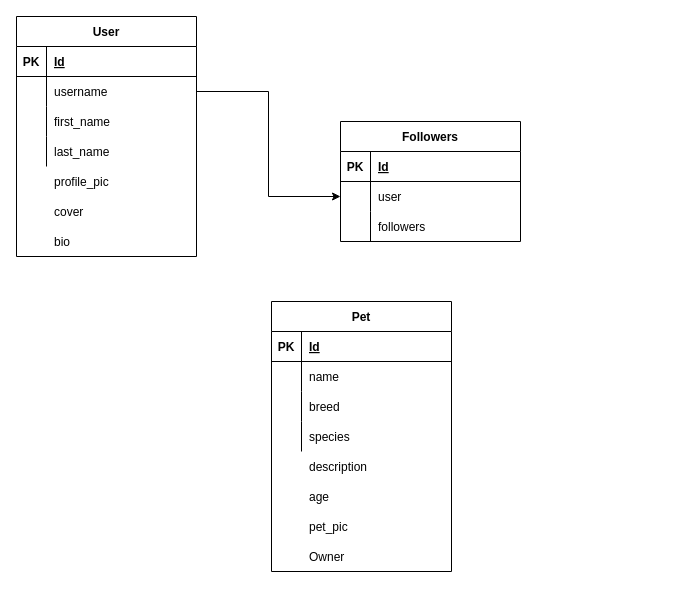
Before: Untitled Diagram.drawio in Eduardo6446/adopt_a_pet, a draw.io diagram. Source tidied: cells renumbered, new cells numbered last; positions are measured from the earlier drawing's top-left corner, leaving out a move shared by most shapes. Both pictures are drawn from the tidied source at 100%, with x=0, y=0 at pixel (16, 16).
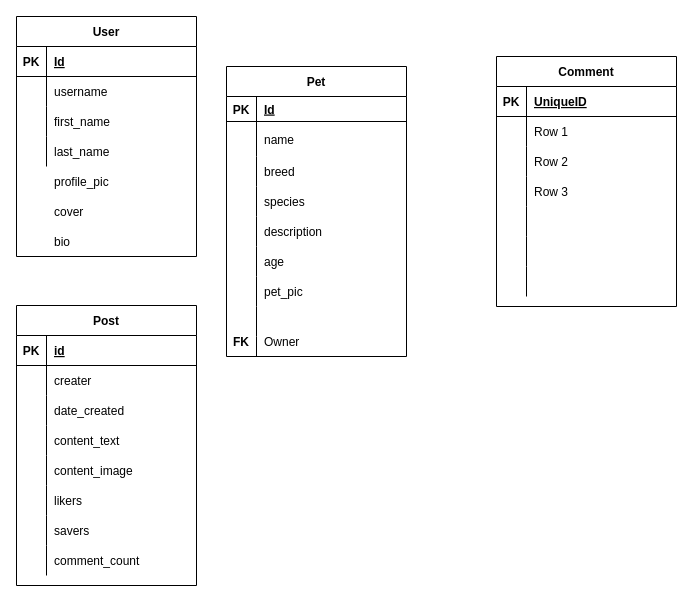
Above is the later version.

Unchanged cells that the change refers to:
```xml
<mxCell id="7" style="shape=tableRow;horizontal=0;startSize=0;swimlaneHead=0;swimlaneBody=0;fillColor=none;points=[[0,0.5],[1,0.5]];portConstraint=eastwest;top=0;left=0;right=0;bottom=0;" parent="3" vertex="1">
  <mxGeometry y="60" width="180" height="30" as="geometry" />
</mxCell>
```

The edit, as a diff of the source:
```diff
@@
     <mxCell id="2" style="shape=tableRow;horizontal=0;startSize=0;swimlaneHead=0;swimlaneBody=0;top=0;left=0;bottom=0;right=0;fillColor=none;" parent="1" vertex="1">
-      <mxGeometry x="230" y="265" width="180" height="30" as="geometry" />
+      <mxGeometry x="330" y="30" width="180" height="30" as="geometry" />
     </mxCell>
@@
-    <mxCell id="19" value="Followers" style="shape=table;startSize=30;childLayout=tableLayout;rowLines=0;fontStyle=1;align=center;" parent="1" vertex="1">
-      <mxGeometry x="324" y="105" width="180" height="120" as="geometry" />
-    </mxCell>
-    <mxCell id="20" style="shape=tableRow;horizontal=0;startSize=0;swimlaneHead=0;swimlaneBody=0;fillColor=none;top=0;left=0;right=0;bottom=1;" parent="19" vertex="1">
-      <mxGeometry y="30" width="180" height="30" as="geometry" />
-    </mxCell>
-    <mxCell id="21" value="PK" style="shape=partialRectangle;fillColor=none;top=0;left=0;bottom=0;right=0;fontStyle=1;overflow=hidden;" parent="20" vertex="1">
-      <mxGeometry width="30" height="30" as="geometry" />
-    </mxCell>
-    <mxCell id="22" value="Id" style="shape=partialRectangle;fillColor=none;top=0;left=0;bottom=0;right=0;align=left;spacingLeft=6;fontStyle=5;overflow=hidden;" parent="20" vertex="1">
-      <mxGeometry x="30" width="150" height="30" as="geometry" />
-    </mxCell>
-    <mxCell id="23" style="shape=tableRow;horizontal=0;startSize=0;swimlaneHead=0;swimlaneBody=0;fillColor=none;points=[[0,0.5],[1,0.5]];portConstraint=eastwest;top=0;left=0;right=0;bottom=0;" parent="19" vertex="1">
-      <mxGeometry y="60" width="180" height="30" as="geometry" />
-    </mxCell>
-    <mxCell id="24" style="shape=partialRectangle;fillColor=none;top=0;left=0;bottom=0;right=0;overflow=hidden;" parent="23" vertex="1">
-      <mxGeometry width="30" height="30" as="geometry" />
-    </mxCell>
-    <mxCell id="25" value="user" style="shape=partialRectangle;fillColor=none;top=0;left=0;bottom=0;right=0;align=left;spacingLeft=6;overflow=hidden;" parent="23" vertex="1">
-      <mxGeometry x="30" width="150" height="30" as="geometry" />
-    </mxCell>
-    <mxCell id="26" style="shape=tableRow;horizontal=0;startSize=0;swimlaneHead=0;swimlaneBody=0;fillColor=none;top=0;left=0;right=0;bottom=0;" parent="19" vertex="1">
-      <mxGeometry y="90" width="180" height="30" as="geometry" />
-    </mxCell>
-    <mxCell id="27" style="shape=partialRectangle;fillColor=none;top=0;left=0;bottom=0;right=0;overflow=hidden;" parent="26" vertex="1">
-      <mxGeometry width="30" height="30" as="geometry" />
-    </mxCell>
-    <mxCell id="28" value="followers" style="shape=partialRectangle;fillColor=none;top=0;left=0;bottom=0;right=0;align=left;spacingLeft=6;overflow=hidden;" parent="26" vertex="1">
-      <mxGeometry x="30" width="150" height="30" as="geometry" />
-    </mxCell>
-    <mxCell id="29" style="edgeStyle=orthogonalEdgeStyle;rounded=0;jettySize=auto;html=1;exitX=1;exitY=0.5;exitDx=0;exitDy=0;" parent="1" edge="1" source="7" target="23">
-      <mxGeometry relative="1" as="geometry" />
-    </mxCell>
     <mxCell id="30" value="Pet" style="shape=table;startSize=30;childLayout=tableLayout;rowLines=0;fontStyle=1;align=center;" parent="1" vertex="1">
-      <mxGeometry x="255" y="285" width="180" height="270" as="geometry" />
+      <mxGeometry x="210" y="50" width="180" height="290" as="geometry" />
     </mxCell>
     <mxCell id="31" style="shape=tableRow;horizontal=0;startSize=0;swimlaneHead=0;swimlaneBody=0;fillColor=none;top=0;left=0;right=0;bottom=1;" parent="30" vertex="1">
-      <mxGeometry y="30" width="180" height="30" as="geometry" />
+      <mxGeometry y="30" width="180" height="25" as="geometry" />
     </mxCell>
     <mxCell id="32" value="PK" style="shape=partialRectangle;fillColor=none;top=0;left=0;bottom=0;right=0;fontStyle=1;overflow=hidden;" parent="31" vertex="1">
-      <mxGeometry width="30" height="30" as="geometry" />
+      <mxGeometry width="30" height="25" as="geometry" />
     </mxCell>
     <mxCell id="33" value="Id" style="shape=partialRectangle;fillColor=none;top=0;left=0;bottom=0;right=0;align=left;spacingLeft=6;fontStyle=5;overflow=hidden;" parent="31" vertex="1">
-      <mxGeometry x="30" width="150" height="30" as="geometry" />
+      <mxGeometry x="30" width="150" height="25" as="geometry" />
     </mxCell>
     <mxCell id="34" style="shape=tableRow;horizontal=0;startSize=0;swimlaneHead=0;swimlaneBody=0;fillColor=none;top=0;left=0;right=0;bottom=0;" parent="30" vertex="1">
-      <mxGeometry y="60" width="180" height="30" as="geometry" />
+      <mxGeometry y="55" width="180" height="35" as="geometry" />
     </mxCell>
     <mxCell id="35" style="shape=partialRectangle;fillColor=none;top=0;left=0;bottom=0;right=0;overflow=hidden;" parent="34" vertex="1">
-      <mxGeometry width="30" height="30" as="geometry" />
+      <mxGeometry width="30" height="35" as="geometry" />
     </mxCell>
     <mxCell id="36" value="name" style="shape=partialRectangle;fillColor=none;top=0;left=0;bottom=0;right=0;align=left;spacingLeft=6;overflow=hidden;" parent="34" vertex="1">
-      <mxGeometry x="30" width="150" height="30" as="geometry" />
+      <mxGeometry x="30" width="150" height="35" as="geometry" />
     </mxCell>
@@
+    <mxCell id="49" style="shape=tableRow;horizontal=0;startSize=0;swimlaneHead=0;swimlaneBody=0;fillColor=none;top=0;left=0;right=0;bottom=0;" parent="30" vertex="1">
+      <mxGeometry y="150" width="180" height="30" as="geometry" />
+    </mxCell>
+    <mxCell id="50" style="shape=partialRectangle;fillColor=none;top=0;left=0;bottom=0;right=0;overflow=hidden;" parent="49" vertex="1">
+      <mxGeometry width="30" height="30" as="geometry" />
+    </mxCell>
+    <mxCell id="51" style="shape=partialRectangle;fillColor=none;top=0;left=0;bottom=0;right=0;align=left;spacingLeft=6;overflow=hidden;" parent="49" vertex="1">
+      <mxGeometry x="30" width="150" height="30" as="geometry" />
+    </mxCell>
+    <mxCell id="52" style="shape=tableRow;horizontal=0;startSize=0;swimlaneHead=0;swimlaneBody=0;fillColor=none;top=0;left=0;right=0;bottom=0;" parent="30" vertex="1">
+      <mxGeometry y="180" width="180" height="30" as="geometry" />
+    </mxCell>
+    <mxCell id="53" style="shape=partialRectangle;fillColor=none;top=0;left=0;bottom=0;right=0;overflow=hidden;" parent="52" vertex="1">
+      <mxGeometry width="30" height="30" as="geometry" />
+    </mxCell>
+    <mxCell id="54" style="shape=partialRectangle;fillColor=none;top=0;left=0;bottom=0;right=0;align=left;spacingLeft=6;overflow=hidden;" parent="52" vertex="1">
+      <mxGeometry x="30" width="150" height="30" as="geometry" />
+    </mxCell>
+    <mxCell id="55" style="shape=tableRow;horizontal=0;startSize=0;swimlaneHead=0;swimlaneBody=0;fillColor=none;top=0;left=0;right=0;bottom=0;" parent="30" vertex="1">
+      <mxGeometry y="210" width="180" height="30" as="geometry" />
+    </mxCell>
+    <mxCell id="56" style="shape=partialRectangle;fillColor=none;top=0;left=0;bottom=0;right=0;overflow=hidden;" parent="55" vertex="1">
+      <mxGeometry width="30" height="30" as="geometry" />
+    </mxCell>
+    <mxCell id="57" style="shape=partialRectangle;fillColor=none;top=0;left=0;bottom=0;right=0;align=left;spacingLeft=6;overflow=hidden;" parent="55" vertex="1">
+      <mxGeometry x="30" width="150" height="30" as="geometry" />
+    </mxCell>
+    <mxCell id="58" style="shape=tableRow;horizontal=0;startSize=0;swimlaneHead=0;swimlaneBody=0;fillColor=none;top=0;left=0;right=0;bottom=0;" parent="30" vertex="1">
+      <mxGeometry y="240" width="180" height="30" as="geometry" />
+    </mxCell>
+    <mxCell id="59" style="shape=partialRectangle;fillColor=none;top=0;left=0;bottom=0;right=0;overflow=hidden;" parent="58" vertex="1">
+      <mxGeometry width="30" height="30" as="geometry" />
+    </mxCell>
+    <mxCell id="60" style="shape=partialRectangle;fillColor=none;top=0;left=0;bottom=0;right=0;align=left;spacingLeft=6;overflow=hidden;" parent="58" vertex="1">
+      <mxGeometry x="30" width="150" height="30" as="geometry" />
+    </mxCell>
+    <mxCell id="61" style="shape=tableRow;horizontal=0;startSize=0;swimlaneHead=0;swimlaneBody=0;fillColor=none;top=0;left=0;right=0;bottom=0;" parent="30" vertex="1">
+      <mxGeometry y="270" width="180" height="20" as="geometry" />
+    </mxCell>
+    <mxCell id="62" style="shape=partialRectangle;fillColor=none;top=0;left=0;bottom=0;right=0;overflow=hidden;" parent="61" vertex="1">
+      <mxGeometry width="30" height="20" as="geometry" />
+    </mxCell>
+    <mxCell id="63" style="shape=partialRectangle;fillColor=none;top=0;left=0;bottom=0;right=0;align=left;spacingLeft=6;overflow=hidden;" parent="61" vertex="1">
+      <mxGeometry x="30" width="150" height="20" as="geometry" />
+    </mxCell>
     <mxCell id="43" style="shape=tableRow;horizontal=0;startSize=0;swimlaneHead=0;swimlaneBody=0;fillColor=none;top=0;left=0;right=0;bottom=0;" parent="1" vertex="1">
-      <mxGeometry x="255" y="435" width="180" height="30" as="geometry" />
+      <mxGeometry x="210" y="200" width="180" height="30" as="geometry" />
     </mxCell>
@@
     <mxCell id="46" value="age" style="shape=partialRectangle;fillColor=none;top=0;left=0;bottom=0;right=0;align=left;spacingLeft=6;overflow=hidden;" parent="1" vertex="1">
-      <mxGeometry x="285" y="465" width="150" height="30" as="geometry" />
+      <mxGeometry x="240" y="230" width="150" height="30" as="geometry" />
     </mxCell>
     <mxCell id="47" value="pet_pic" style="shape=partialRectangle;fillColor=none;top=0;left=0;bottom=0;right=0;align=left;spacingLeft=6;overflow=hidden;" parent="1" vertex="1">
-      <mxGeometry x="285" y="495" width="150" height="30" as="geometry" />
+      <mxGeometry x="240" y="260" width="150" height="30" as="geometry" />
     </mxCell>
     <mxCell id="48" value="Owner" style="shape=partialRectangle;fillColor=none;top=0;left=0;bottom=0;right=0;align=left;spacingLeft=6;overflow=hidden;" parent="1" vertex="1">
-      <mxGeometry x="285" y="525" width="150" height="30" as="geometry" />
+      <mxGeometry x="240" y="310" width="150" height="30" as="geometry" />
     </mxCell>
+    <mxCell id="64" value="FK" style="shape=partialRectangle;fillColor=none;top=0;left=0;bottom=0;right=0;fontStyle=1;overflow=hidden;" parent="1" vertex="1">
+      <mxGeometry x="210" y="310" width="30" height="30" as="geometry" />
+    </mxCell>
+    <mxCell id="65" value="Post" style="shape=table;startSize=30;childLayout=tableLayout;rowLines=0;fontStyle=1;align=center;" parent="1" vertex="1">
+      <mxGeometry y="289" width="180" height="280" as="geometry" />
+    </mxCell>
+    <mxCell id="66" style="shape=tableRow;horizontal=0;startSize=0;swimlaneHead=0;swimlaneBody=0;fillColor=none;top=0;left=0;right=0;bottom=1;" parent="65" vertex="1">
+      <mxGeometry y="30" width="180" height="30" as="geometry" />
+    </mxCell>
+    <mxCell id="67" value="PK" style="shape=partialRectangle;fillColor=none;top=0;left=0;bottom=0;right=0;fontStyle=1;overflow=hidden;" parent="66" vertex="1">
+      <mxGeometry width="30" height="30" as="geometry" />
+    </mxCell>
+    <mxCell id="68" value="id" style="shape=partialRectangle;fillColor=none;top=0;left=0;bottom=0;right=0;align=left;spacingLeft=6;fontStyle=5;overflow=hidden;" parent="66" vertex="1">
+      <mxGeometry x="30" width="150" height="30" as="geometry" />
+    </mxCell>
+    <mxCell id="69" style="shape=tableRow;horizontal=0;startSize=0;swimlaneHead=0;swimlaneBody=0;fillColor=none;top=0;left=0;right=0;bottom=0;" parent="65" vertex="1">
+      <mxGeometry y="60" width="180" height="30" as="geometry" />
+    </mxCell>
+    <mxCell id="70" style="shape=partialRectangle;fillColor=none;top=0;left=0;bottom=0;right=0;overflow=hidden;" parent="69" vertex="1">
+      <mxGeometry width="30" height="30" as="geometry" />
+    </mxCell>
+    <mxCell id="71" value="creater" style="shape=partialRectangle;fillColor=none;top=0;left=0;bottom=0;right=0;align=left;spacingLeft=6;overflow=hidden;" parent="69" vertex="1">
+      <mxGeometry x="30" width="150" height="30" as="geometry" />
+    </mxCell>
+    <mxCell id="72" style="shape=tableRow;horizontal=0;startSize=0;swimlaneHead=0;swimlaneBody=0;fillColor=none;top=0;left=0;right=0;bottom=0;" parent="65" vertex="1">
+      <mxGeometry y="90" width="180" height="30" as="geometry" />
+    </mxCell>
+    <mxCell id="73" style="shape=partialRectangle;fillColor=none;top=0;left=0;bottom=0;right=0;overflow=hidden;" parent="72" vertex="1">
+      <mxGeometry width="30" height="30" as="geometry" />
+    </mxCell>
+    <mxCell id="74" value="date_created" style="shape=partialRectangle;fillColor=none;top=0;left=0;bottom=0;right=0;align=left;spacingLeft=6;overflow=hidden;" parent="72" vertex="1">
+      <mxGeometry x="30" width="150" height="30" as="geometry" />
+    </mxCell>
+    <mxCell id="75" style="shape=tableRow;horizontal=0;startSize=0;swimlaneHead=0;swimlaneBody=0;fillColor=none;top=0;left=0;right=0;bottom=0;" parent="65" vertex="1">
+      <mxGeometry y="120" width="180" height="30" as="geometry" />
+    </mxCell>
+    <mxCell id="76" style="shape=partialRectangle;fillColor=none;top=0;left=0;bottom=0;right=0;overflow=hidden;" parent="75" vertex="1">
+      <mxGeometry width="30" height="30" as="geometry" />
+    </mxCell>
+    <mxCell id="77" value="content_text" style="shape=partialRectangle;fillColor=none;top=0;left=0;bottom=0;right=0;align=left;spacingLeft=6;overflow=hidden;" parent="75" vertex="1">
+      <mxGeometry x="30" width="150" height="30" as="geometry" />
+    </mxCell>
+    <mxCell id="78" style="shape=tableRow;horizontal=0;startSize=0;swimlaneHead=0;swimlaneBody=0;fillColor=none;top=0;left=0;right=0;bottom=0;" parent="65" vertex="1">
+      <mxGeometry y="150" width="180" height="30" as="geometry" />
+    </mxCell>
+    <mxCell id="79" style="shape=partialRectangle;fillColor=none;top=0;left=0;bottom=0;right=0;overflow=hidden;" parent="78" vertex="1">
+      <mxGeometry width="30" height="30" as="geometry" />
+    </mxCell>
+    <mxCell id="80" value="content_image" style="shape=partialRectangle;fillColor=none;top=0;left=0;bottom=0;right=0;align=left;spacingLeft=6;overflow=hidden;" parent="78" vertex="1">
+      <mxGeometry x="30" width="150" height="30" as="geometry" />
+    </mxCell>
+    <mxCell id="81" style="shape=tableRow;horizontal=0;startSize=0;swimlaneHead=0;swimlaneBody=0;fillColor=none;top=0;left=0;right=0;bottom=0;" parent="65" vertex="1">
+      <mxGeometry y="180" width="180" height="30" as="geometry" />
+    </mxCell>
+    <mxCell id="82" style="shape=partialRectangle;fillColor=none;top=0;left=0;bottom=0;right=0;overflow=hidden;" parent="81" vertex="1">
+      <mxGeometry width="30" height="30" as="geometry" />
+    </mxCell>
+    <mxCell id="83" value="likers" style="shape=partialRectangle;fillColor=none;top=0;left=0;bottom=0;right=0;align=left;spacingLeft=6;overflow=hidden;" parent="81" vertex="1">
+      <mxGeometry x="30" width="150" height="30" as="geometry" />
+    </mxCell>
+    <mxCell id="84" style="shape=tableRow;horizontal=0;startSize=0;swimlaneHead=0;swimlaneBody=0;fillColor=none;top=0;left=0;right=0;bottom=0;" parent="65" vertex="1">
+      <mxGeometry y="210" width="180" height="30" as="geometry" />
+    </mxCell>
+    <mxCell id="85" style="shape=partialRectangle;fillColor=none;top=0;left=0;bottom=0;right=0;overflow=hidden;" parent="84" vertex="1">
+      <mxGeometry width="30" height="30" as="geometry" />
+    </mxCell>
+    <mxCell id="86" value="savers" style="shape=partialRectangle;fillColor=none;top=0;left=0;bottom=0;right=0;align=left;spacingLeft=6;overflow=hidden;" parent="84" vertex="1">
+      <mxGeometry x="30" width="150" height="30" as="geometry" />
+    </mxCell>
+    <mxCell id="87" style="shape=tableRow;horizontal=0;startSize=0;swimlaneHead=0;swimlaneBody=0;fillColor=none;top=0;left=0;right=0;bottom=0;" parent="65" vertex="1">
+      <mxGeometry y="240" width="180" height="30" as="geometry" />
+    </mxCell>
+    <mxCell id="88" style="shape=partialRectangle;fillColor=none;top=0;left=0;bottom=0;right=0;overflow=hidden;" parent="87" vertex="1">
+      <mxGeometry width="30" height="30" as="geometry" />
+    </mxCell>
+    <mxCell id="89" value="comment_count" style="shape=partialRectangle;fillColor=none;top=0;left=0;bottom=0;right=0;align=left;spacingLeft=6;overflow=hidden;" parent="87" vertex="1">
+      <mxGeometry x="30" width="150" height="30" as="geometry" />
+    </mxCell>
+    <mxCell id="90" value="Comment" style="shape=table;startSize=30;childLayout=tableLayout;rowLines=0;fontStyle=1;align=center;" parent="1" vertex="1">
+      <mxGeometry x="480" y="40" width="180" height="250" as="geometry" />
+    </mxCell>
+    <mxCell id="91" style="shape=tableRow;horizontal=0;startSize=0;swimlaneHead=0;swimlaneBody=0;fillColor=none;top=0;left=0;right=0;bottom=1;" parent="90" vertex="1">
+      <mxGeometry y="30" width="180" height="30" as="geometry" />
+    </mxCell>
+    <mxCell id="92" value="PK" style="shape=partialRectangle;fillColor=none;top=0;left=0;bottom=0;right=0;fontStyle=1;overflow=hidden;" parent="91" vertex="1">
+      <mxGeometry width="30" height="30" as="geometry" />
+    </mxCell>
+    <mxCell id="93" value="UniqueID" style="shape=partialRectangle;fillColor=none;top=0;left=0;bottom=0;right=0;align=left;spacingLeft=6;fontStyle=5;overflow=hidden;" parent="91" vertex="1">
+      <mxGeometry x="30" width="150" height="30" as="geometry" />
+    </mxCell>
+    <mxCell id="94" style="shape=tableRow;horizontal=0;startSize=0;swimlaneHead=0;swimlaneBody=0;fillColor=none;top=0;left=0;right=0;bottom=0;" parent="90" vertex="1">
+      <mxGeometry y="60" width="180" height="30" as="geometry" />
+    </mxCell>
+    <mxCell id="95" style="shape=partialRectangle;fillColor=none;top=0;left=0;bottom=0;right=0;overflow=hidden;" parent="94" vertex="1">
+      <mxGeometry width="30" height="30" as="geometry" />
+    </mxCell>
+    <mxCell id="96" value="Row 1" style="shape=partialRectangle;fillColor=none;top=0;left=0;bottom=0;right=0;align=left;spacingLeft=6;overflow=hidden;" parent="94" vertex="1">
+      <mxGeometry x="30" width="150" height="30" as="geometry" />
+    </mxCell>
+    <mxCell id="97" style="shape=tableRow;horizontal=0;startSize=0;swimlaneHead=0;swimlaneBody=0;fillColor=none;top=0;left=0;right=0;bottom=0;" parent="90" vertex="1">
+      <mxGeometry y="90" width="180" height="30" as="geometry" />
+    </mxCell>
+    <mxCell id="98" style="shape=partialRectangle;fillColor=none;top=0;left=0;bottom=0;right=0;overflow=hidden;" parent="97" vertex="1">
+      <mxGeometry width="30" height="30" as="geometry" />
+    </mxCell>
+    <mxCell id="99" value="Row 2" style="shape=partialRectangle;fillColor=none;top=0;left=0;bottom=0;right=0;align=left;spacingLeft=6;overflow=hidden;" parent="97" vertex="1">
+      <mxGeometry x="30" width="150" height="30" as="geometry" />
+    </mxCell>
+    <mxCell id="100" style="shape=tableRow;horizontal=0;startSize=0;swimlaneHead=0;swimlaneBody=0;fillColor=none;top=0;left=0;right=0;bottom=0;" parent="90" vertex="1">
+      <mxGeometry y="120" width="180" height="30" as="geometry" />
+    </mxCell>
+    <mxCell id="101" style="shape=partialRectangle;fillColor=none;top=0;left=0;bottom=0;right=0;overflow=hidden;" parent="100" vertex="1">
+      <mxGeometry width="30" height="30" as="geometry" />
+    </mxCell>
+    <mxCell id="102" value="Row 3" style="shape=partialRectangle;fillColor=none;top=0;left=0;bottom=0;right=0;align=left;spacingLeft=6;overflow=hidden;" parent="100" vertex="1">
+      <mxGeometry x="30" width="150" height="30" as="geometry" />
+    </mxCell>
+    <mxCell id="103" style="shape=tableRow;horizontal=0;startSize=0;swimlaneHead=0;swimlaneBody=0;fillColor=none;top=0;left=0;right=0;bottom=0;" parent="90" vertex="1">
+      <mxGeometry y="150" width="180" height="30" as="geometry" />
+    </mxCell>
+    <mxCell id="104" style="shape=partialRectangle;fillColor=none;top=0;left=0;bottom=0;right=0;overflow=hidden;" parent="103" vertex="1">
+      <mxGeometry width="30" height="30" as="geometry" />
+    </mxCell>
+    <mxCell id="105" style="shape=partialRectangle;fillColor=none;top=0;left=0;bottom=0;right=0;align=left;spacingLeft=6;overflow=hidden;" parent="103" vertex="1">
+      <mxGeometry x="30" width="150" height="30" as="geometry" />
+    </mxCell>
+    <mxCell id="106" style="shape=tableRow;horizontal=0;startSize=0;swimlaneHead=0;swimlaneBody=0;fillColor=none;top=0;left=0;right=0;bottom=0;" parent="90" vertex="1">
+      <mxGeometry y="180" width="180" height="30" as="geometry" />
+    </mxCell>
+    <mxCell id="107" style="shape=partialRectangle;fillColor=none;top=0;left=0;bottom=0;right=0;overflow=hidden;" parent="106" vertex="1">
+      <mxGeometry width="30" height="30" as="geometry" />
+    </mxCell>
+    <mxCell id="108" style="shape=partialRectangle;fillColor=none;top=0;left=0;bottom=0;right=0;align=left;spacingLeft=6;overflow=hidden;" parent="106" vertex="1">
+      <mxGeometry x="30" width="150" height="30" as="geometry" />
+    </mxCell>
+    <mxCell id="109" style="shape=tableRow;horizontal=0;startSize=0;swimlaneHead=0;swimlaneBody=0;fillColor=none;top=0;left=0;right=0;bottom=0;" parent="90" vertex="1">
+      <mxGeometry y="210" width="180" height="30" as="geometry" />
+    </mxCell>
+    <mxCell id="110" style="shape=partialRectangle;fillColor=none;top=0;left=0;bottom=0;right=0;overflow=hidden;" parent="109" vertex="1">
+      <mxGeometry width="30" height="30" as="geometry" />
+    </mxCell>
+    <mxCell id="111" style="shape=partialRectangle;fillColor=none;top=0;left=0;bottom=0;right=0;align=left;spacingLeft=6;overflow=hidden;" parent="109" vertex="1">
+      <mxGeometry x="30" width="150" height="30" as="geometry" />
+    </mxCell>
```
